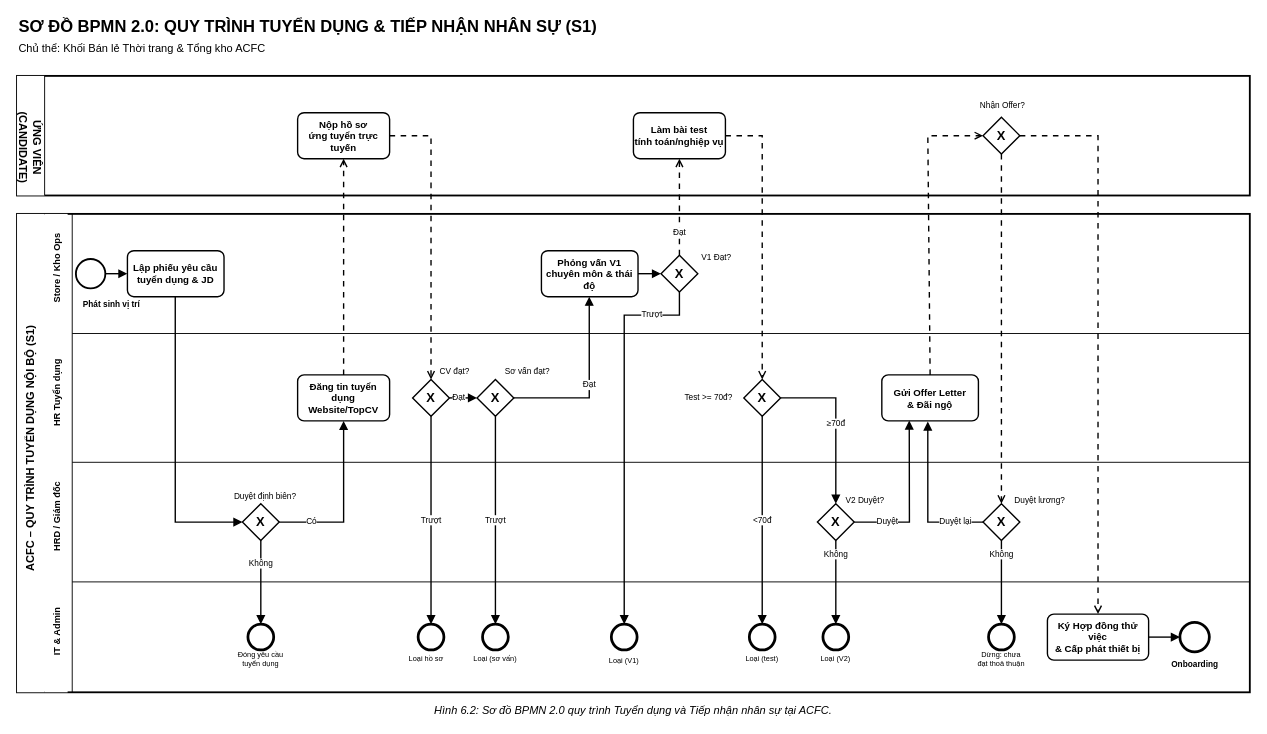
anthinh-io/bpm-acfc-vietnam-analysis keeps this draw.io diagram as page "bpmn-tuyen-dung-nhan-su-s1" (3 of 10) of docs/workspaces/NguyenCongHung/svg/bpmn.drawio. Above is the earlier version. Source tidied: cells renumbered, new cells numbered last; positions are measured from the earlier drawing's top-left corner, leaving out a move shared by most shapes. Both pictures are drawn from the tidied source at 92%, with x=0, y=0 at pixel (-109, 15).
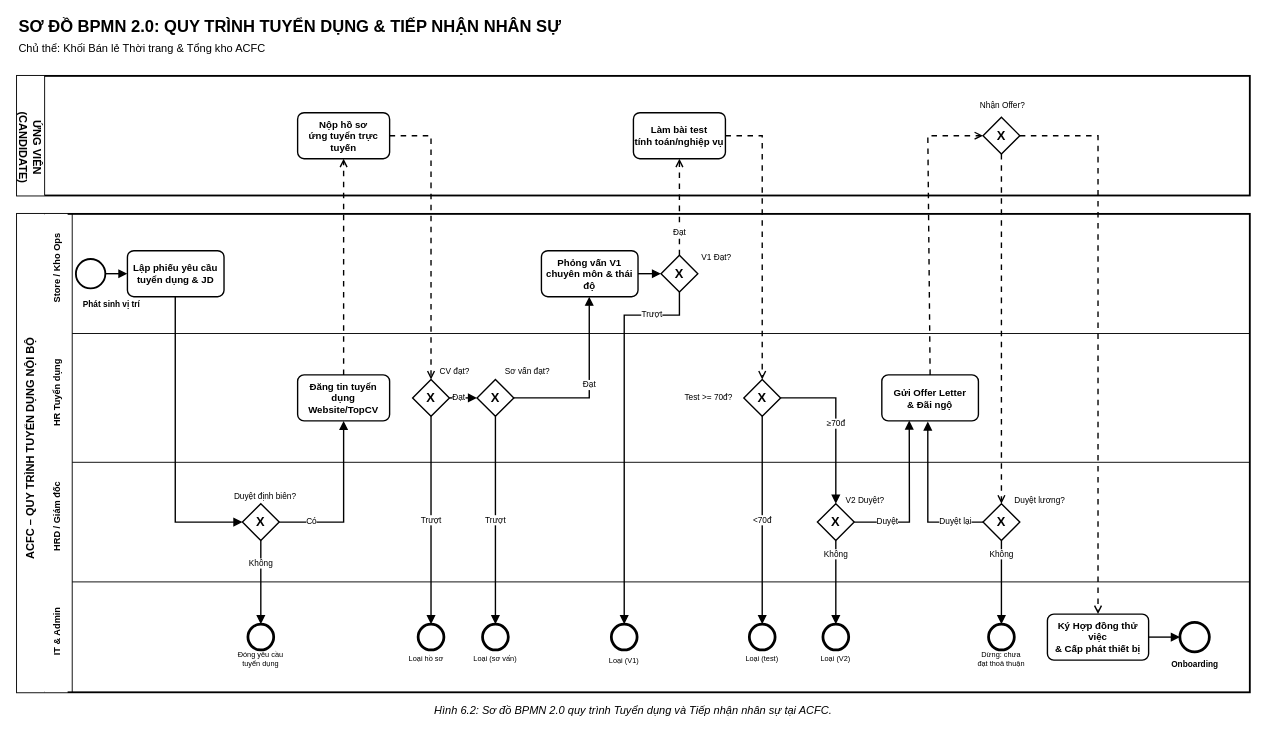
After the change.

Change to the diagram source:
```diff
@@
-    <mxCell id="2" value="SƠ ĐỒ BPMN 2.0: QUY TRÌNH TUYỂN DỤNG &amp; TIẾP NHẬN NHÂN SỰ (S1)" style="text;html=1;whiteSpace=wrap;fontSize=18;fontColor=#000000;fontStyle=1;align=left;verticalAlign=middle;" parent="1" vertex="1">
+    <mxCell id="2" value="SƠ ĐỒ BPMN 2.0: QUY TRÌNH TUYỂN DỤNG &amp; TIẾP NHẬN NHÂN SỰ" style="text;html=1;whiteSpace=wrap;fontSize=18;fontColor=#000000;fontStyle=1;align=left;verticalAlign=middle;" parent="1" vertex="1">
       <mxGeometry x="137" y="0.5" width="1340" height="25" as="geometry" />
     </mxCell>
@@
-    <mxCell id="9" value="ACFC – QUY TRÌNH TUYỂN DỤNG NỘI BỘ (S1)" style="text;html=1;whiteSpace=wrap;fontSize=12;fontColor=#000000;fontStyle=1;align=center;verticalAlign=middle;rotation=-90;" parent="1" vertex="1">
+    <mxCell id="9" value="ACFC – QUY TRÌNH TUYỂN DỤNG NỘI BỘ" style="text;html=1;whiteSpace=wrap;fontSize=12;fontColor=#000000;fontStyle=1;align=center;verticalAlign=middle;rotation=-90;" parent="1" vertex="1">
       <mxGeometry y="463" width="304" height="16" as="geometry" />
     </mxCell>
```
